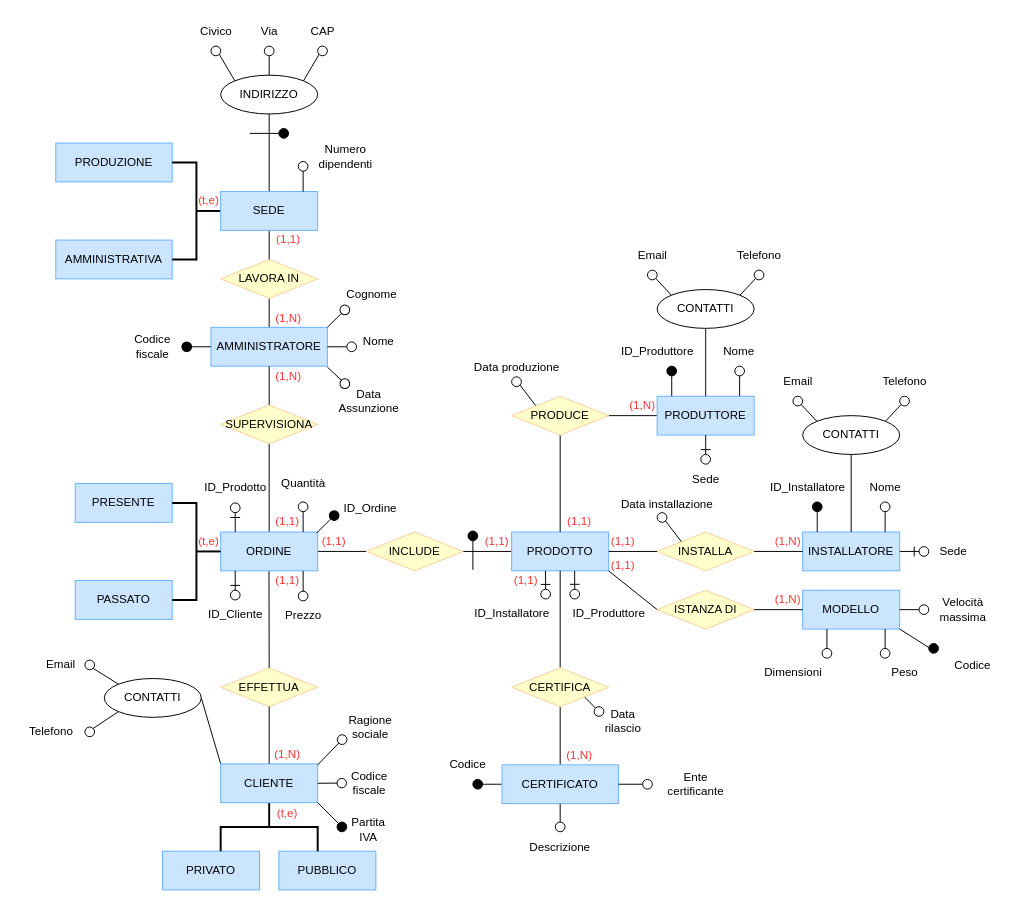
The draw.io diagram Secondo Anno/Secondo_Semestre/Basi_dati/Diagrammi_GreenRail/rivisto_utente.drawio in bilottiale/uni, before the edit. Source tidied: cells renumbered, new cells numbered last; positions are measured from the earlier drawing's top-left corner, leaving out a move shared by most shapes. Both pictures are drawn from the tidied source at 97%, with x=0, y=0 at pixel (16, 16).
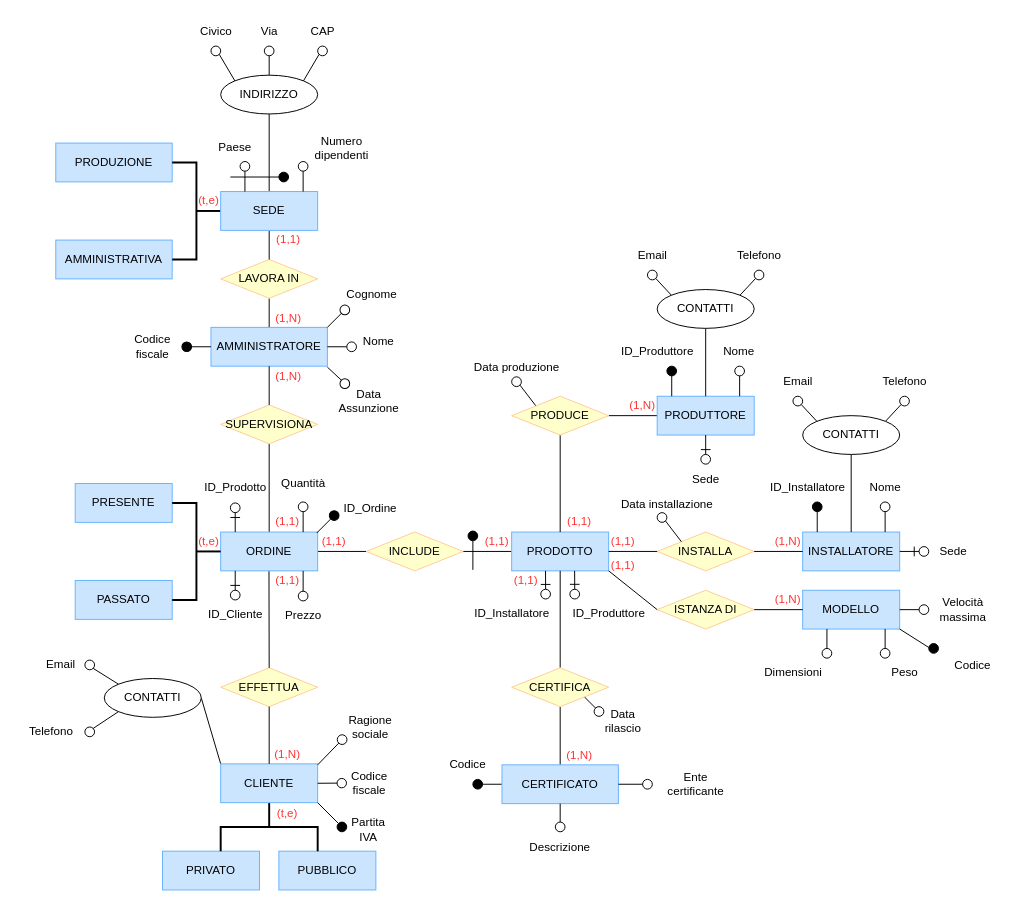
After the change.

What changed in the source:
```diff
@@
     <mxCell id="23" value="Numero&lt;div&gt;dipendenti&lt;/div&gt;" style="text;html=1;align=center;verticalAlign=middle;whiteSpace=wrap;rounded=0;" parent="1" vertex="1">
-      <mxGeometry x="309" y="129" width="60" height="30" as="geometry" />
+      <mxGeometry x="304.8" y="120" width="60" height="30" as="geometry" />
     </mxCell>
@@
-    <mxCell id="196" style="endArrow=none;html=1;rounded=0;" parent="1" edge="1">
-      <mxGeometry relative="1" as="geometry">
-        <mxPoint x="240" y="120" as="sourcePoint" />
-        <mxPoint x="270" y="120" as="targetPoint" />
-      </mxGeometry>
-    </mxCell>
-    <mxCell id="197" style="ellipse;whiteSpace=wrap;html=1;fillColor=#000000;strokeColor=default;" parent="1" vertex="1">
-      <mxGeometry x="270" y="115" width="10" height="10" as="geometry" />
-    </mxCell>
@@
+    <mxCell id="203" style="ellipse;whiteSpace=wrap;html=1;fillColor=none;strokeColor=default;" parent="1" vertex="1">
+      <mxGeometry x="230" y="149" width="10" height="10" as="geometry" />
+    </mxCell>
+    <mxCell id="204" style="endArrow=none;html=1;rounded=0;entryX=0.5;entryY=1;entryDx=0;entryDy=0;" parent="1" edge="1" target="203">
+      <mxGeometry relative="1" as="geometry">
+        <mxPoint x="235" y="180" as="sourcePoint" />
+      </mxGeometry>
+    </mxCell>
+    <mxCell id="205" value="Paese" style="text;html=1;align=center;verticalAlign=middle;whiteSpace=wrap;rounded=0;" parent="1" vertex="1">
+      <mxGeometry x="195" y="120" width="60" height="30" as="geometry" />
+    </mxCell>
+    <mxCell id="196" style="endArrow=none;html=1;rounded=0;" parent="1" edge="1">
+      <mxGeometry relative="1" as="geometry">
+        <mxPoint x="220" y="165" as="sourcePoint" />
+        <mxPoint x="270" y="165" as="targetPoint" />
+      </mxGeometry>
+    </mxCell>
+    <mxCell id="197" style="ellipse;whiteSpace=wrap;html=1;fillColor=#000000;strokeColor=default;" parent="1" vertex="1">
+      <mxGeometry x="270" y="160" width="10" height="10" as="geometry" />
+    </mxCell>
```
